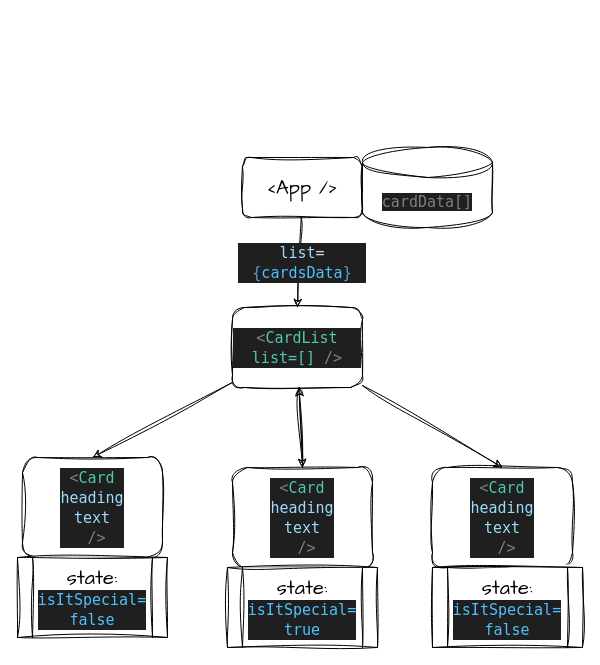
This is cards.drawio from MariusCodeAcademy/Feu8_3_react_lifecycle_events, a draw.io file, before an edit. Source tidied: cells renumbered, new cells numbered last; positions are measured from the earlier drawing's top-left corner, leaving out a move shared by most shapes. Both pictures are drawn from the tidied source at 100%, with x=0, y=0 at pixel (17, 147).
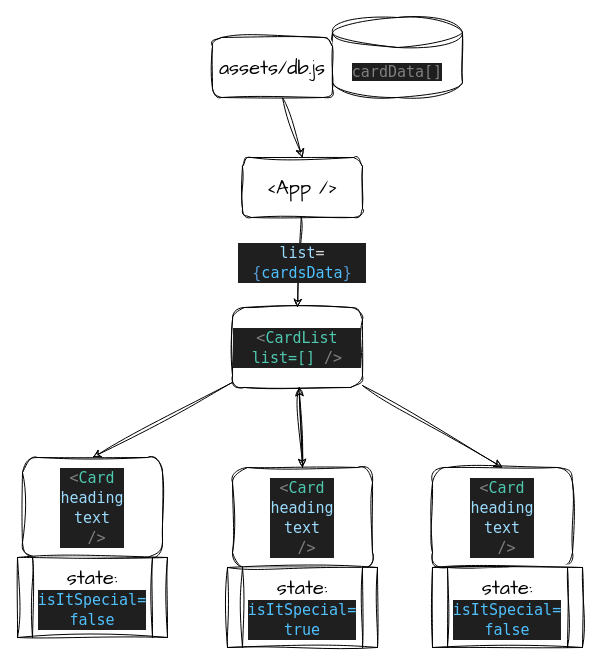
The same diagram, later.

Commit message (it also covers changes not shown here):
cards date to db.js

What changed in the source:
```diff
@@
 <mxGraphModel>
   <root>
     <mxCell id="0" />
     <mxCell id="1" parent="0" />
     <mxCell id="2" style="edgeStyle=none;sketch=1;hachureGap=4;jiggle=2;curveFitting=1;html=1;entryX=0.5;entryY=0;entryDx=0;entryDy=0;fontFamily=Architects Daughter;fontSize=16;" parent="1" edge="1" source="3" target="7">
       <mxGeometry relative="1" as="geometry" />
     </mxCell>
     <mxCell id="3" value="&amp;lt;App /&amp;gt;" style="rounded=1;whiteSpace=wrap;html=1;sketch=1;hachureGap=4;jiggle=2;curveFitting=1;fontFamily=Architects Daughter;fontSize=20;" parent="1" vertex="1">
       <mxGeometry x="225" y="10" width="120" height="60" as="geometry" />
     </mxCell>
     <mxCell id="4" style="edgeStyle=none;sketch=1;hachureGap=4;jiggle=2;curveFitting=1;html=1;entryX=0.5;entryY=0;entryDx=0;entryDy=0;fontFamily=Architects Daughter;fontSize=16;" parent="1" edge="1" source="7" target="8">
       <mxGeometry relative="1" as="geometry" />
     </mxCell>
     <mxCell id="5" style="edgeStyle=none;sketch=1;hachureGap=4;jiggle=2;curveFitting=1;html=1;entryX=0.5;entryY=0;entryDx=0;entryDy=0;fontFamily=Architects Daughter;fontSize=16;" parent="1" edge="1" source="7">
       <mxGeometry relative="1" as="geometry">
         <mxPoint x="285" y="320" as="targetPoint" />
       </mxGeometry>
     </mxCell>
     <mxCell id="6" style="edgeStyle=none;sketch=1;hachureGap=4;jiggle=2;curveFitting=1;html=1;entryX=0.5;entryY=0;entryDx=0;entryDy=0;fontFamily=Architects Daughter;fontSize=16;" parent="1" edge="1" source="7" target="9">
       <mxGeometry relative="1" as="geometry" />
     </mxCell>
     <mxCell id="7" value="&lt;div style=&quot;color: rgb(204, 204, 204); background-color: rgb(31, 31, 31); font-family: &amp;quot;Cascadia code PL&amp;quot;, Menlo, Monaco, &amp;quot;Courier New&amp;quot;, monospace, Consolas, &amp;quot;Courier New&amp;quot;, monospace; font-size: 15px; line-height: 20px;&quot;&gt;&lt;span style=&quot;color: #808080;&quot;&gt;&amp;lt;&lt;/span&gt;&lt;span style=&quot;color: #4ec9b0;&quot;&gt;CardList list=[]&lt;/span&gt;&lt;span style=&quot;color: #d4d4d4;&quot;&gt; &lt;/span&gt;&lt;span style=&quot;color: #808080;&quot;&gt;/&amp;gt;&lt;/span&gt;&lt;/div&gt;" style="rounded=1;whiteSpace=wrap;html=1;sketch=1;hachureGap=4;jiggle=2;curveFitting=1;fontFamily=Architects Daughter;fontSize=20;" parent="1" vertex="1">
       <mxGeometry x="215" y="160" width="130" height="80" as="geometry" />
     </mxCell>
     <mxCell id="8" value="&lt;div style=&quot;color: rgb(204, 204, 204); background-color: rgb(31, 31, 31); font-family: &amp;quot;Cascadia code PL&amp;quot;, Menlo, Monaco, &amp;quot;Courier New&amp;quot;, monospace, Consolas, &amp;quot;Courier New&amp;quot;, monospace; font-size: 15px; line-height: 20px;&quot;&gt;&lt;span style=&quot;color: #808080;&quot;&gt;&amp;lt;&lt;/span&gt;&lt;span style=&quot;color: #4ec9b0;&quot;&gt;Card&lt;/span&gt;&lt;/div&gt;&lt;div style=&quot;color: rgb(204, 204, 204); background-color: rgb(31, 31, 31); font-family: &amp;quot;Cascadia code PL&amp;quot;, Menlo, Monaco, &amp;quot;Courier New&amp;quot;, monospace, Consolas, &amp;quot;Courier New&amp;quot;, monospace; font-size: 15px; line-height: 20px;&quot;&gt;&lt;div style=&quot;line-height: 20px;&quot;&gt;&lt;span style=&quot;color: #9cdcfe;&quot;&gt;heading&lt;/span&gt;&lt;/div&gt;&lt;div style=&quot;line-height: 20px;&quot;&gt;&lt;div style=&quot;line-height: 20px;&quot;&gt;&lt;span style=&quot;color: #9cdcfe;&quot;&gt;text&lt;/span&gt;&lt;/div&gt;&lt;/div&gt;&lt;/div&gt;&lt;div style=&quot;color: rgb(204, 204, 204); background-color: rgb(31, 31, 31); font-family: &amp;quot;Cascadia code PL&amp;quot;, Menlo, Monaco, &amp;quot;Courier New&amp;quot;, monospace, Consolas, &amp;quot;Courier New&amp;quot;, monospace; font-size: 15px; line-height: 20px;&quot;&gt;&lt;span style=&quot;color: #d4d4d4;&quot;&gt;&amp;nbsp;&lt;/span&gt;&lt;span style=&quot;color: #808080;&quot;&gt;/&amp;gt;&lt;/span&gt;&lt;/div&gt;" style="rounded=1;whiteSpace=wrap;html=1;sketch=1;hachureGap=4;jiggle=2;curveFitting=1;fontFamily=Architects Daughter;fontSize=20;" parent="1" vertex="1">
       <mxGeometry x="5" y="310" width="140" height="100" as="geometry" />
     </mxCell>
     <mxCell id="9" value="&lt;div style=&quot;color: rgb(204, 204, 204); background-color: rgb(31, 31, 31); font-family: &amp;quot;Cascadia code PL&amp;quot;, Menlo, Monaco, &amp;quot;Courier New&amp;quot;, monospace, Consolas, &amp;quot;Courier New&amp;quot;, monospace; font-size: 15px; line-height: 20px;&quot;&gt;&lt;span style=&quot;color: #808080;&quot;&gt;&amp;lt;&lt;/span&gt;&lt;span style=&quot;color: #4ec9b0;&quot;&gt;Card&lt;/span&gt;&lt;/div&gt;&lt;div style=&quot;color: rgb(204, 204, 204); background-color: rgb(31, 31, 31); font-family: &amp;quot;Cascadia code PL&amp;quot;, Menlo, Monaco, &amp;quot;Courier New&amp;quot;, monospace, Consolas, &amp;quot;Courier New&amp;quot;, monospace; font-size: 15px; line-height: 20px;&quot;&gt;&lt;div style=&quot;line-height: 20px;&quot;&gt;&lt;span style=&quot;color: #9cdcfe;&quot;&gt;heading&lt;/span&gt;&lt;/div&gt;&lt;div style=&quot;line-height: 20px;&quot;&gt;&lt;div style=&quot;line-height: 20px;&quot;&gt;&lt;span style=&quot;color: #9cdcfe;&quot;&gt;text&lt;/span&gt;&lt;/div&gt;&lt;/div&gt;&lt;/div&gt;&lt;div style=&quot;color: rgb(204, 204, 204); background-color: rgb(31, 31, 31); font-family: &amp;quot;Cascadia code PL&amp;quot;, Menlo, Monaco, &amp;quot;Courier New&amp;quot;, monospace, Consolas, &amp;quot;Courier New&amp;quot;, monospace; font-size: 15px; line-height: 20px;&quot;&gt;&lt;span style=&quot;color: #d4d4d4;&quot;&gt;&amp;nbsp;&lt;/span&gt;&lt;span style=&quot;color: #808080;&quot;&gt;/&amp;gt;&lt;/span&gt;&lt;/div&gt;" style="rounded=1;whiteSpace=wrap;html=1;sketch=1;hachureGap=4;jiggle=2;curveFitting=1;fontFamily=Architects Daughter;fontSize=20;" parent="1" vertex="1">
       <mxGeometry x="415" y="320" width="140" height="100" as="geometry" />
     </mxCell>
     <mxCell id="10" style="edgeStyle=none;sketch=1;hachureGap=4;jiggle=2;curveFitting=1;html=1;fontFamily=Architects Daughter;fontSize=16;exitX=0.5;exitY=0;exitDx=0;exitDy=0;" parent="1" edge="1" source="11" target="7">
       <mxGeometry relative="1" as="geometry" />
     </mxCell>
     <mxCell id="11" value="&lt;div style=&quot;color: rgb(204, 204, 204); background-color: rgb(31, 31, 31); font-family: &amp;quot;Cascadia code PL&amp;quot;, Menlo, Monaco, &amp;quot;Courier New&amp;quot;, monospace, Consolas, &amp;quot;Courier New&amp;quot;, monospace; font-size: 15px; line-height: 20px;&quot;&gt;&lt;span style=&quot;color: #808080;&quot;&gt;&amp;lt;&lt;/span&gt;&lt;span style=&quot;color: #4ec9b0;&quot;&gt;Card&lt;/span&gt;&lt;/div&gt;&lt;div style=&quot;color: rgb(204, 204, 204); background-color: rgb(31, 31, 31); font-family: &amp;quot;Cascadia code PL&amp;quot;, Menlo, Monaco, &amp;quot;Courier New&amp;quot;, monospace, Consolas, &amp;quot;Courier New&amp;quot;, monospace; font-size: 15px; line-height: 20px;&quot;&gt;&lt;div style=&quot;line-height: 20px;&quot;&gt;&lt;span style=&quot;color: #9cdcfe;&quot;&gt;heading&lt;/span&gt;&lt;/div&gt;&lt;div style=&quot;line-height: 20px;&quot;&gt;&lt;div style=&quot;line-height: 20px;&quot;&gt;&lt;span style=&quot;color: #9cdcfe;&quot;&gt;text&lt;/span&gt;&lt;/div&gt;&lt;/div&gt;&lt;/div&gt;&lt;div style=&quot;color: rgb(204, 204, 204); background-color: rgb(31, 31, 31); font-family: &amp;quot;Cascadia code PL&amp;quot;, Menlo, Monaco, &amp;quot;Courier New&amp;quot;, monospace, Consolas, &amp;quot;Courier New&amp;quot;, monospace; font-size: 15px; line-height: 20px;&quot;&gt;&lt;span style=&quot;color: #d4d4d4;&quot;&gt;&amp;nbsp;&lt;/span&gt;&lt;span style=&quot;color: #808080;&quot;&gt;/&amp;gt;&lt;/span&gt;&lt;/div&gt;" style="rounded=1;whiteSpace=wrap;html=1;sketch=1;hachureGap=4;jiggle=2;curveFitting=1;fontFamily=Architects Daughter;fontSize=20;" parent="1" vertex="1">
       <mxGeometry x="215" y="320" width="140" height="100" as="geometry" />
     </mxCell>
     <mxCell id="12" value="&lt;span style=&quot;color: rgb(128, 128, 128); font-family: &amp;quot;Cascadia code PL&amp;quot;, Menlo, Monaco, &amp;quot;Courier New&amp;quot;, monospace, Consolas, &amp;quot;Courier New&amp;quot;, monospace; font-size: 15px; background-color: rgb(31, 31, 31);&quot;&gt;cardData[]&lt;/span&gt;" style="shape=cylinder3;whiteSpace=wrap;html=1;boundedLbl=1;backgroundOutline=1;size=15;sketch=1;hachureGap=4;jiggle=2;curveFitting=1;fontFamily=Architects Daughter;fontSize=20;" parent="1" vertex="1">
-      <mxGeometry x="345" width="130" height="80" as="geometry" />
+      <mxGeometry x="315" y="-130" width="130" height="80" as="geometry" />
     </mxCell>
     <mxCell id="13" value="state:&lt;br&gt;&lt;div style=&quot;color: rgb(204, 204, 204); background-color: rgb(31, 31, 31); font-family: &amp;quot;Cascadia code PL&amp;quot;, Menlo, Monaco, &amp;quot;Courier New&amp;quot;, monospace, Consolas, &amp;quot;Courier New&amp;quot;, monospace; font-size: 15px; line-height: 20px;&quot;&gt;&lt;span style=&quot;color: #4fc1ff;&quot;&gt;isItSpecial=&lt;/span&gt;&lt;/div&gt;&lt;div style=&quot;color: rgb(204, 204, 204); background-color: rgb(31, 31, 31); font-family: &amp;quot;Cascadia code PL&amp;quot;, Menlo, Monaco, &amp;quot;Courier New&amp;quot;, monospace, Consolas, &amp;quot;Courier New&amp;quot;, monospace; font-size: 15px; line-height: 20px;&quot;&gt;&lt;span style=&quot;color: #4fc1ff;&quot;&gt;false&lt;/span&gt;&lt;/div&gt;" style="shape=process;whiteSpace=wrap;html=1;backgroundOutline=1;sketch=1;hachureGap=4;jiggle=2;curveFitting=1;fontFamily=Architects Daughter;fontSize=20;" parent="1" vertex="1">
       <mxGeometry y="410" width="150" height="80" as="geometry" />
     </mxCell>
     <mxCell id="14" value="state:&lt;br&gt;&lt;div style=&quot;color: rgb(204, 204, 204); background-color: rgb(31, 31, 31); font-family: &amp;quot;Cascadia code PL&amp;quot;, Menlo, Monaco, &amp;quot;Courier New&amp;quot;, monospace, Consolas, &amp;quot;Courier New&amp;quot;, monospace; font-size: 15px; line-height: 20px;&quot;&gt;&lt;span style=&quot;color: #4fc1ff;&quot;&gt;isItSpecial=&lt;/span&gt;&lt;/div&gt;&lt;div style=&quot;color: rgb(204, 204, 204); background-color: rgb(31, 31, 31); font-family: &amp;quot;Cascadia code PL&amp;quot;, Menlo, Monaco, &amp;quot;Courier New&amp;quot;, monospace, Consolas, &amp;quot;Courier New&amp;quot;, monospace; font-size: 15px; line-height: 20px;&quot;&gt;&lt;span style=&quot;color: #4fc1ff;&quot;&gt;false&lt;/span&gt;&lt;/div&gt;" style="shape=process;whiteSpace=wrap;html=1;backgroundOutline=1;sketch=1;hachureGap=4;jiggle=2;curveFitting=1;fontFamily=Architects Daughter;fontSize=20;" parent="1" vertex="1">
       <mxGeometry x="415" y="420" width="150" height="80" as="geometry" />
     </mxCell>
     <mxCell id="15" value="state:&lt;br&gt;&lt;div style=&quot;color: rgb(204, 204, 204); background-color: rgb(31, 31, 31); font-family: &amp;quot;Cascadia code PL&amp;quot;, Menlo, Monaco, &amp;quot;Courier New&amp;quot;, monospace, Consolas, &amp;quot;Courier New&amp;quot;, monospace; font-size: 15px; line-height: 20px;&quot;&gt;&lt;span style=&quot;color: #4fc1ff;&quot;&gt;isItSpecial=&lt;/span&gt;&lt;/div&gt;&lt;div style=&quot;color: rgb(204, 204, 204); background-color: rgb(31, 31, 31); font-family: &amp;quot;Cascadia code PL&amp;quot;, Menlo, Monaco, &amp;quot;Courier New&amp;quot;, monospace, Consolas, &amp;quot;Courier New&amp;quot;, monospace; font-size: 15px; line-height: 20px;&quot;&gt;&lt;span style=&quot;color: #4fc1ff;&quot;&gt;true&lt;/span&gt;&lt;/div&gt;" style="shape=process;whiteSpace=wrap;html=1;backgroundOutline=1;sketch=1;hachureGap=4;jiggle=2;curveFitting=1;fontFamily=Architects Daughter;fontSize=20;" parent="1" vertex="1">
       <mxGeometry x="210" y="420" width="150" height="80" as="geometry" />
     </mxCell>
     <mxCell id="16" value="&lt;div style=&quot;color: rgb(204, 204, 204); background-color: rgb(31, 31, 31); font-family: &amp;quot;Cascadia code PL&amp;quot;, Menlo, Monaco, &amp;quot;Courier New&amp;quot;, monospace, Consolas, &amp;quot;Courier New&amp;quot;, monospace; font-size: 15px; line-height: 20px;&quot;&gt;&lt;span style=&quot;color: #9cdcfe;&quot;&gt;list&lt;/span&gt;&lt;span style=&quot;color: #d4d4d4;&quot;&gt;=&lt;/span&gt;&lt;span style=&quot;color: #569cd6;&quot;&gt;{&lt;/span&gt;&lt;span style=&quot;color: #4fc1ff;&quot;&gt;cardsData&lt;/span&gt;&lt;span style=&quot;color: #569cd6;&quot;&gt;}&lt;/span&gt;&lt;/div&gt;" style="text;html=1;strokeColor=none;fillColor=none;align=center;verticalAlign=middle;whiteSpace=wrap;rounded=0;sketch=1;hachureGap=4;jiggle=2;curveFitting=1;fontFamily=Architects Daughter;fontSize=19;" parent="1" vertex="1">
       <mxGeometry x="220" y="90" width="130" height="50" as="geometry" />
     </mxCell>
+    <mxCell id="17" style="edgeStyle=none;sketch=1;hachureGap=4;jiggle=2;curveFitting=1;html=1;entryX=0.5;entryY=0;entryDx=0;entryDy=0;fontFamily=Architects Daughter;fontSize=19;" parent="1" edge="1" source="18" target="3">
+      <mxGeometry relative="1" as="geometry" />
+    </mxCell>
+    <mxCell id="18" value="assets/db.js" style="rounded=1;whiteSpace=wrap;html=1;sketch=1;hachureGap=4;jiggle=2;curveFitting=1;fontFamily=Architects Daughter;fontSize=20;" parent="1" vertex="1">
+      <mxGeometry x="195" y="-110" width="120" height="60" as="geometry" />
+    </mxCell>
   </root>
 </mxGraphModel>
```
